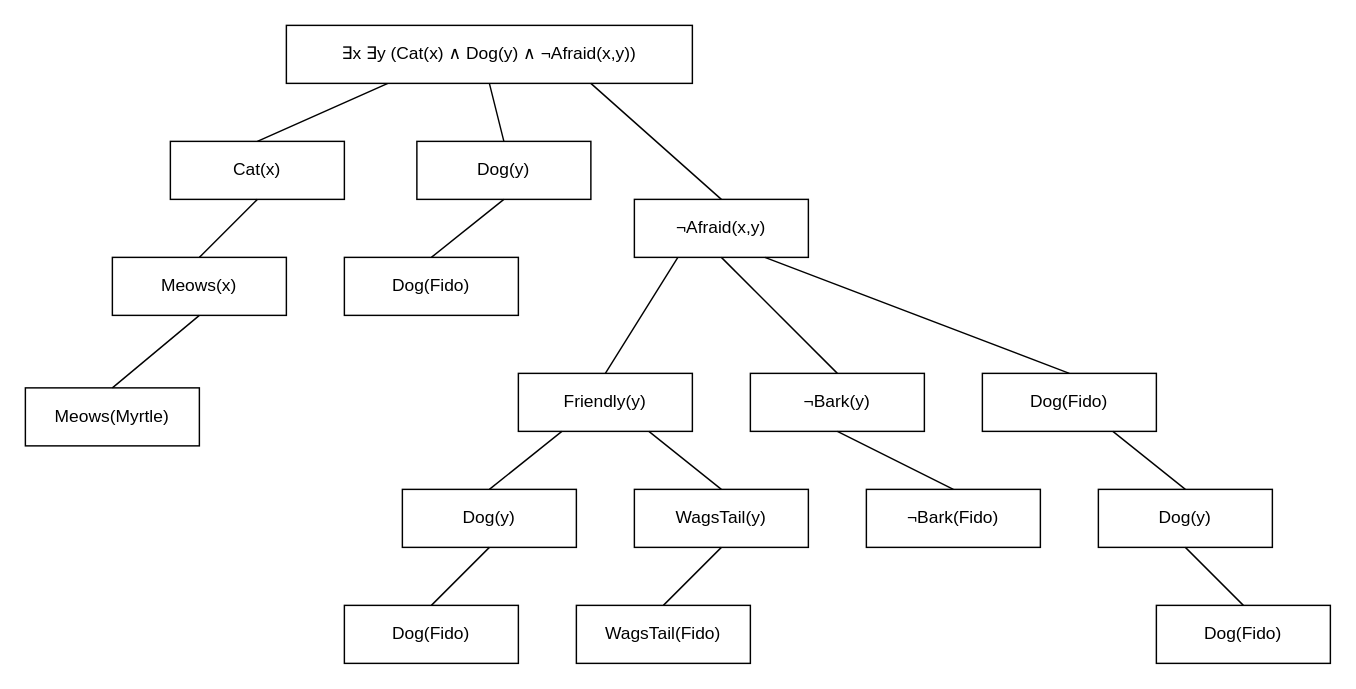
Before: page "Page-7" (7 of 7) of Untitled Diagram.drawio in yumilor/yumilor, a draw.io diagram. Source tidied: cells renumbered, new cells numbered last; positions are measured from the earlier drawing's top-left corner, leaving out a move shared by most shapes. Both pictures are drawn from the tidied source at 145%, with x=0, y=0 at pixel (25, 25).
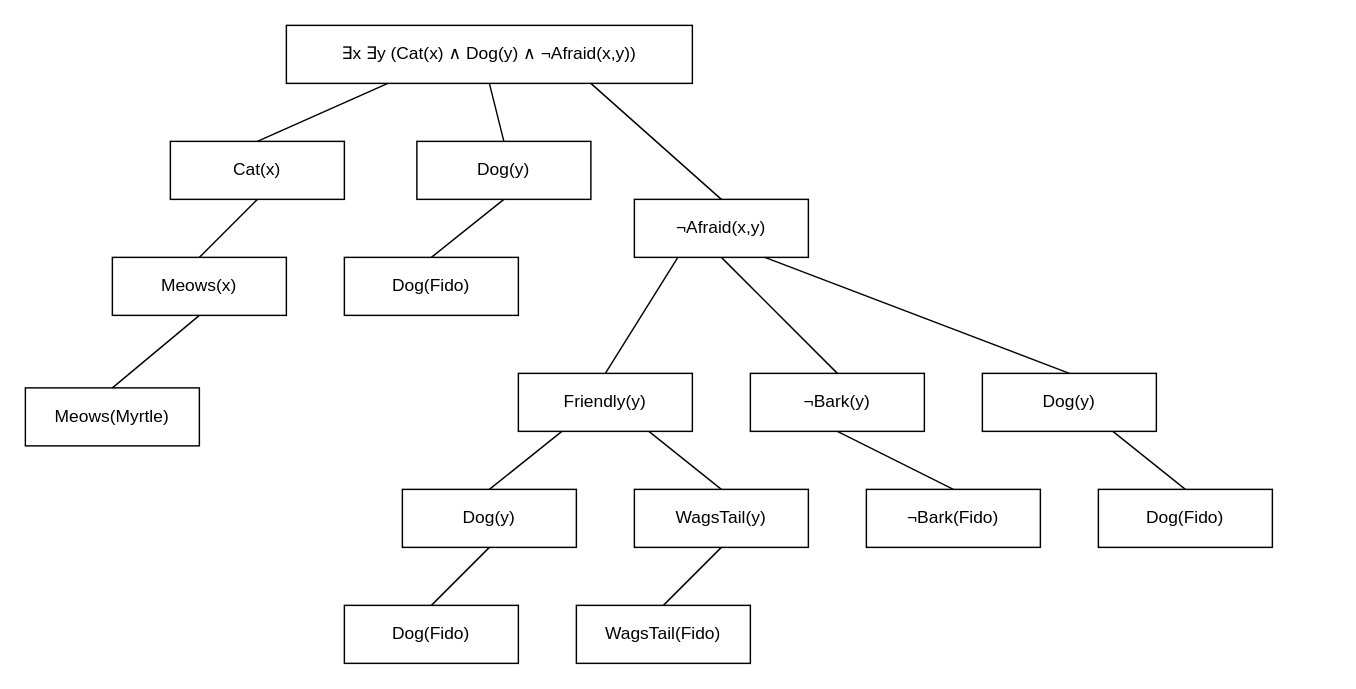
The same page after the edit.

Diff of the diagram source:
```diff
@@
-    <mxCell id="9" value="Dog(Fido)" style="rounded=0;whiteSpace=wrap;html=1;" parent="1" vertex="1">
+    <mxCell id="9" value="Dog(y)" style="rounded=0;whiteSpace=wrap;html=1;" parent="1" vertex="1">
       <mxGeometry x="660" y="240" width="120" height="40" as="geometry" />
     </mxCell>
@@
-    <mxCell id="16" value="Dog(y)" style="rounded=0;whiteSpace=wrap;html=1;" parent="1" vertex="1">
+    <mxCell id="16" value="Dog(Fido)" style="rounded=0;whiteSpace=wrap;html=1;" parent="1" vertex="1">
       <mxGeometry x="740" y="320" width="120" height="40" as="geometry" />
     </mxCell>
@@
-    <mxCell id="19" value="Dog(Fido)" style="rounded=0;whiteSpace=wrap;html=1;" parent="1" vertex="1">
-      <mxGeometry x="780" y="400" width="120" height="40" as="geometry" />
-    </mxCell>
@@
-    <mxCell id="25" style="rounded=0;jettySize=auto;html=1;exitX=0.5;exitY=1;exitDx=0;exitDy=0;entryX=0.5;entryY=0;entryDx=0;entryDy=0;endArrow=none;endFill=0;" parent="1" edge="1" source="16" target="19">
-      <mxGeometry relative="1" as="geometry" />
-    </mxCell>
```
